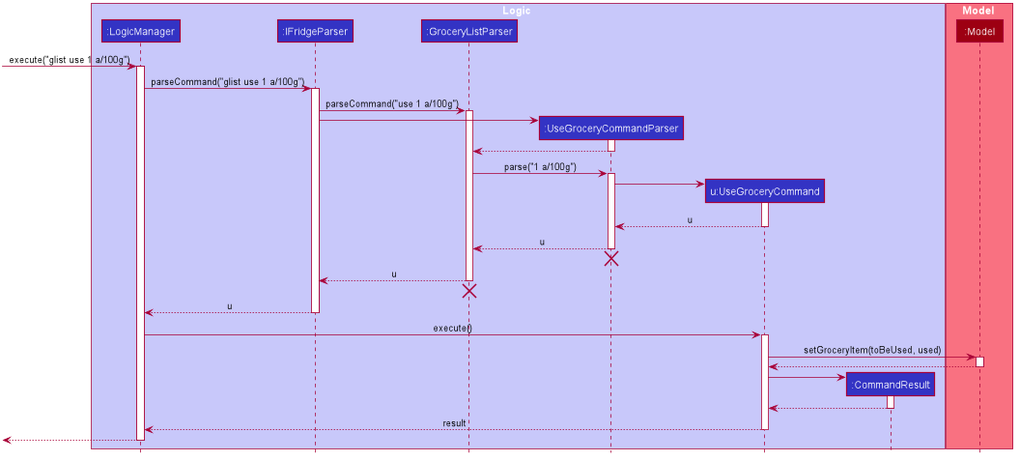
Earlier version of the PlantUML export docs/images/UseGrocerySequenceDiagram.png (nus-cs2103-AY1920S1/addressbook-level3). Source of this version:
```plantuml
@startuml








skinparam BackgroundColor #FFFFFFF

skinparam Shadowing false

skinparam Class {
    FontColor #FFFFFF
    BorderThickness 1
    BorderColor #FFFFFF
    StereotypeFontColor #FFFFFF
    FontName Arial
}

skinparam Actor {
    BorderColor #000000
    Color #000000
    FontName Arial
}

skinparam Sequence {
    MessageAlign center
    BoxFontSize 15
    BoxPadding 0
    BoxFontColor #FFFFFF
    FontName Arial
}

skinparam Participant {
    FontColor #FFFFFFF
    Padding 20
}

skinparam MinClassWidth 50
skinparam ParticipantPadding 10
skinparam Shadowing false
skinparam DefaultTextAlignment center
skinparam packageStyle Rectangle

hide footbox
hide members
hide circle

box Logic #C8C8FA
participant ":LogicManager" as LogicManager #3333C4
participant ":IFridgeParser" as IFridgeParser #3333C4
participant ":GroceryListParser" as GroceryListParser #3333C4
participant ":UseGroceryCommandParser" as UseGroceryCommandParser #3333C4
participant "u:UseGroceryCommand" as UseGroceryCommand #3333C4
participant ":CommandResult" as CommandResult #3333C4
end box

box Model #F97181
participant ":Model" as Model #9D0012
end box

[-> LogicManager : execute("glist use 1 a/100g")
activate LogicManager

LogicManager -> IFridgeParser : parseCommand("glist use 1 a/100g")
activate IFridgeParser

IFridgeParser -> GroceryListParser : parseCommand("use 1 a/100g")
activate GroceryListParser

create UseGroceryCommandParser
IFridgeParser -> UseGroceryCommandParser
activate UseGroceryCommandParser

UseGroceryCommandParser --> GroceryListParser
deactivate UseGroceryCommandParser

GroceryListParser -> UseGroceryCommandParser: parse("1 a/100g")
activate UseGroceryCommandParser

create UseGroceryCommand
UseGroceryCommandParser -> UseGroceryCommand
activate UseGroceryCommand

UseGroceryCommand --> UseGroceryCommandParser: u
deactivate UseGroceryCommand

UseGroceryCommandParser --> GroceryListParser: u
deactivate UseGroceryCommandParser
UseGroceryCommandParser -[hidden]-> GroceryListParser
destroy UseGroceryCommandParser

GroceryListParser --> IFridgeParser: u
deactivate GroceryListParser
GroceryListParser -[hidden]-> IFridgeParser
destroy GroceryListParser

IFridgeParser --> LogicManager: u
deactivate IFridgeParser

LogicManager -> UseGroceryCommand: execute()
activate UseGroceryCommand

UseGroceryCommand -> Model: setGroceryItem(toBeUsed, used)
activate Model

Model --> UseGroceryCommand
deactivate Model

create CommandResult
UseGroceryCommand -> CommandResult
activate CommandResult

CommandResult --> UseGroceryCommand
deactivate CommandResult

UseGroceryCommand --> LogicManager: result
deactivate UseGroceryCommand

[<--LogicManager
deactivate LogicManager
@enduml
```
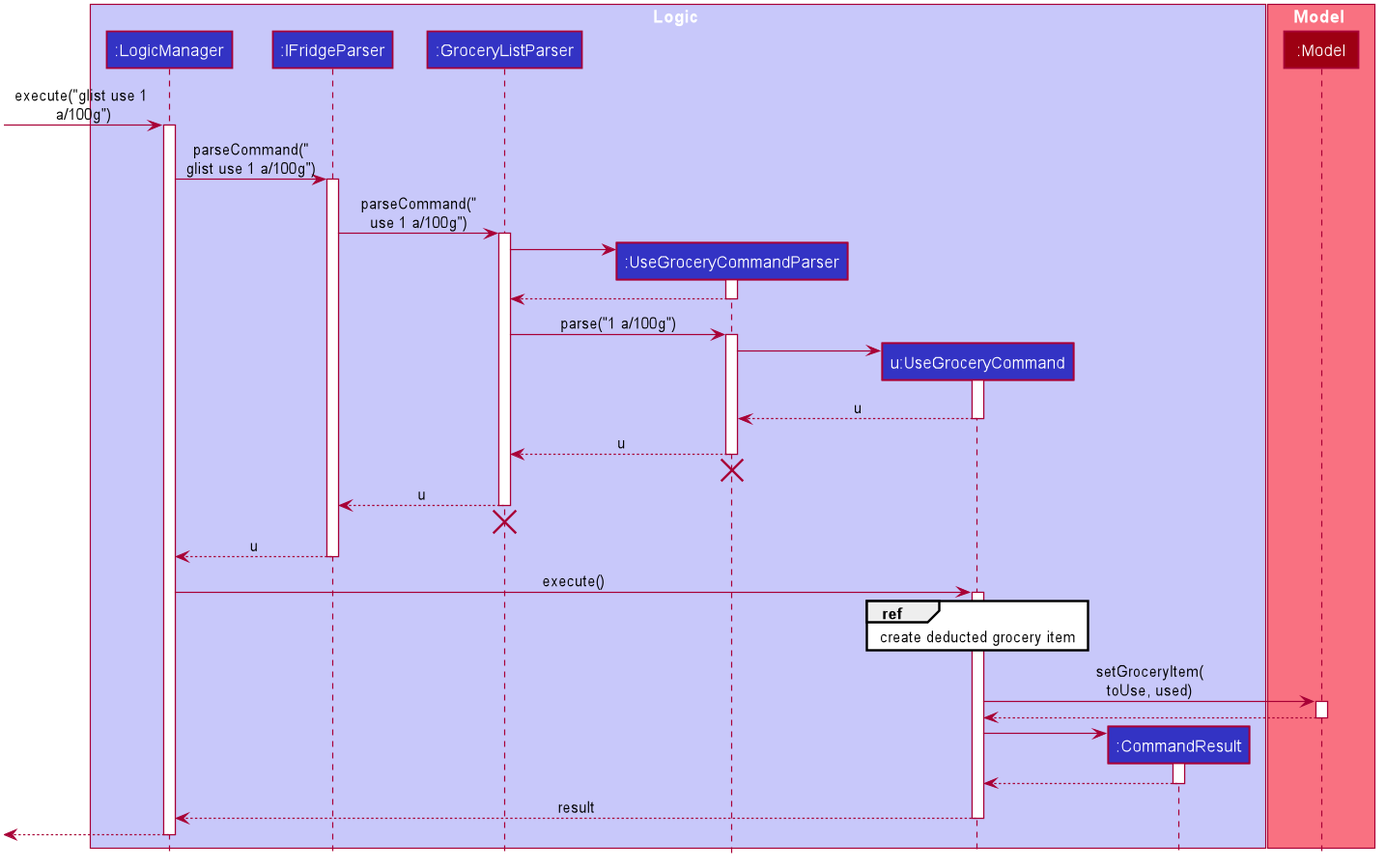
After the commit.

Commit message:
Update sequence diagram DG

The edit, as a diff of the source:
```diff
@@ -48,6 +48,8 @@
 hide members
 hide circle
 
+skinparam maxMessageSize 120
+
 box Logic #C8C8FA
 participant ":LogicManager" as LogicManager #3333C4
 participant ":IFridgeParser" as IFridgeParser #3333C4
@@ -71,7 +73,7 @@
 activate GroceryListParser
 
 create UseGroceryCommandParser
-IFridgeParser -> UseGroceryCommandParser
+GroceryListParser -> UseGroceryCommandParser
 activate UseGroceryCommandParser
 
 UseGroceryCommandParser --> GroceryListParser
@@ -103,7 +105,9 @@
 LogicManager -> UseGroceryCommand: execute()
 activate UseGroceryCommand
 
-UseGroceryCommand -> Model: setGroceryItem(toBeUsed, used)
+ref over UseGroceryCommand: create deducted grocery item
+
+UseGroceryCommand -> Model: setGroceryItem(toUse, used)
 activate Model
 
 Model --> UseGroceryCommand
```
